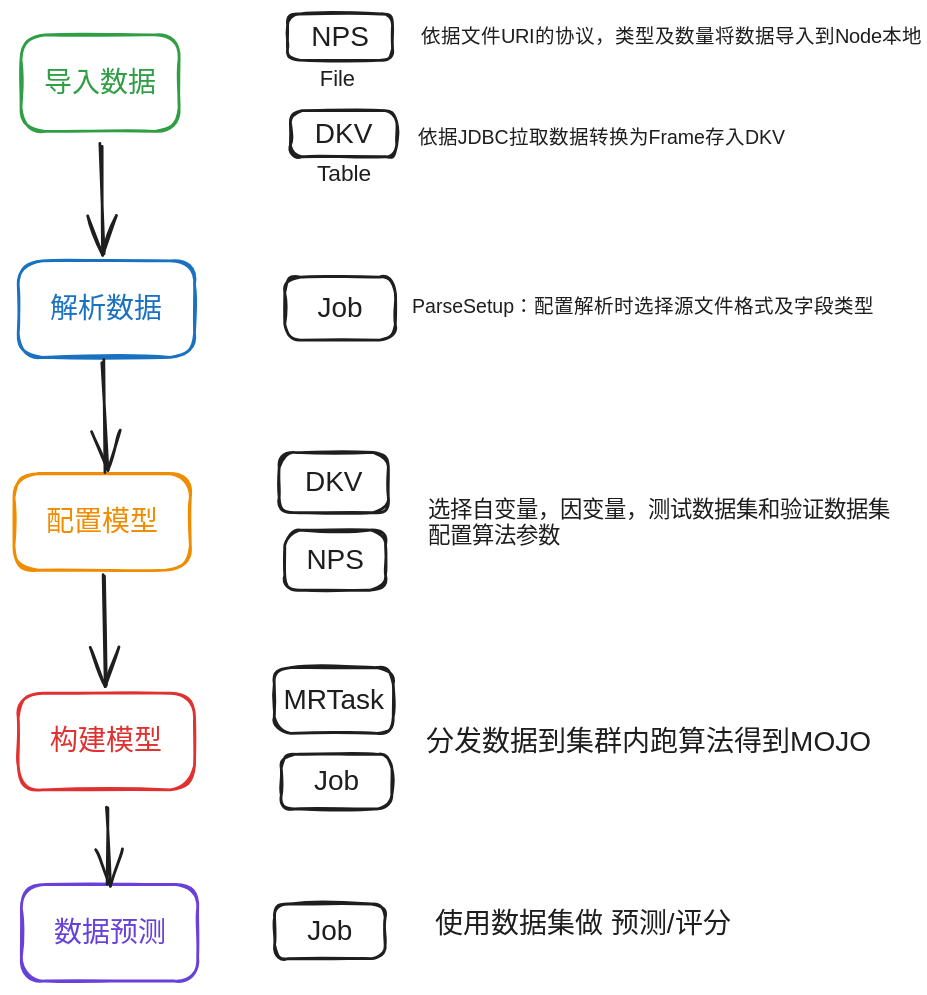
Above: ML/img/h2o-glm.excalidraw.svg in Kuangcp/Note (Excalidraw), before the change. Source tidied: one line per element, renumbered; positions are measured from the earlier drawing's top-left corner, leaving out a move shared by most shapes. The source it was exported from:
```json
{"id": 0, "type": "rectangle", "strokeColor": "#2f9e44", "strokeWidth": 2, "roughness": 1, "round": true, "x": 5, "y": 15, "width": 113, "height": 69}
{"id": 1, "type": "text", "text": "导入数据", "strokeColor": "#2f9e44", "strokeWidth": 2, "roughness": 1, "fontSize": 20, "fontFamily": 2, "textAlign": "center", "verticalAlign": "middle", "inside": 0, "x": 22, "y": 38, "width": 80, "height": 23}
{"id": 2, "type": "rectangle", "strokeColor": "#1971c2", "strokeWidth": 2, "roughness": 1, "round": true, "x": 3, "y": 176, "width": 126, "height": 69}
{"id": 3, "type": "text", "text": "解析数据", "strokeColor": "#1971c2", "strokeWidth": 2, "roughness": 1, "fontSize": 20, "fontFamily": 2, "textAlign": "center", "verticalAlign": "middle", "inside": 2, "x": 26, "y": 199, "width": 80, "height": 23}
{"id": 4, "type": "rectangle", "strokeColor": "#f08c00", "strokeWidth": 2, "roughness": 1, "round": true, "x": 0, "y": 328, "width": 126, "height": 69}
{"id": 5, "type": "text", "text": "配置模型", "strokeColor": "#f08c00", "strokeWidth": 2, "roughness": 1, "fontSize": 20, "fontFamily": 2, "textAlign": "center", "verticalAlign": "middle", "inside": 4, "x": 23, "y": 351, "width": 80, "height": 23}
{"id": 6, "type": "rectangle", "strokeColor": "#e03131", "strokeWidth": 2, "roughness": 1, "round": true, "x": 3, "y": 485, "width": 126, "height": 69}
{"id": 7, "type": "text", "text": "构建模型", "strokeColor": "#e03131", "strokeWidth": 2, "roughness": 1, "fontSize": 20, "fontFamily": 2, "textAlign": "center", "verticalAlign": "middle", "inside": 6, "x": 26, "y": 508, "width": 80, "height": 23}
{"id": 8, "type": "rectangle", "strokeColor": "#1e1e1e", "strokeWidth": 2, "roughness": 1, "round": true, "x": 194, "y": 188, "width": 79, "height": 45}
{"id": 9, "type": "text", "text": "Job", "strokeColor": "#1e1e1e", "strokeWidth": 2, "roughness": 1, "fontSize": 20, "fontFamily": 2, "textAlign": "center", "verticalAlign": "middle", "inside": 8, "x": 217, "y": 199, "width": 32, "height": 23}
{"id": 10, "type": "rectangle", "strokeColor": "#1e1e1e", "strokeWidth": 2, "roughness": 1, "round": true, "x": 190, "y": 313, "width": 78, "height": 43}
{"id": 11, "type": "text", "text": "DKV", "strokeColor": "#1e1e1e", "strokeWidth": 2, "roughness": 1, "fontSize": 20, "fontFamily": 2, "textAlign": "center", "verticalAlign": "middle", "inside": 10, "x": 208, "y": 323, "width": 41, "height": 23}
{"id": 12, "type": "rectangle", "strokeColor": "#1e1e1e", "strokeWidth": 2, "roughness": 1, "round": true, "x": 194, "y": 369, "width": 72, "height": 43}
{"id": 13, "type": "text", "text": "NPS", "strokeColor": "#1e1e1e", "strokeWidth": 2, "roughness": 1, "fontSize": 20, "fontFamily": 2, "textAlign": "center", "verticalAlign": "middle", "inside": 12, "x": 209, "y": 379, "width": 41, "height": 23}
{"id": 14, "type": "rectangle", "strokeColor": "#1e1e1e", "strokeWidth": 2, "roughness": 1, "round": true, "x": 196, "y": 0, "width": 75, "height": 33}
{"id": 15, "type": "text", "text": "NPS", "strokeColor": "#1e1e1e", "strokeWidth": 2, "roughness": 1, "fontSize": 20, "fontFamily": 2, "textAlign": "center", "verticalAlign": "middle", "inside": 14, "x": 212, "y": 5, "width": 41, "height": 23}
{"id": 16, "type": "text", "text": "依据文件URI的协议，类型及数量将数据导入到Node本地", "strokeColor": "#1e1e1e", "strokeWidth": 2, "roughness": 1, "fontSize": 13.94, "fontFamily": 1, "x": 290, "y": 8, "width": 352, "height": 17}
{"id": 17, "type": "text", "text": "ParseSetup：配置解析时选择源文件格式及字段类型", "strokeColor": "#1e1e1e", "strokeWidth": 2, "roughness": 1, "fontSize": 13.94, "fontFamily": 2, "x": 284, "y": 201, "width": 324, "height": 16}
{"id": 18, "type": "rectangle", "strokeColor": "#1e1e1e", "strokeWidth": 2, "roughness": 1, "round": true, "x": 198, "y": 69, "width": 76, "height": 33}
{"id": 19, "type": "text", "text": "DKV", "strokeColor": "#1e1e1e", "strokeWidth": 2, "roughness": 1, "fontSize": 20, "fontFamily": 2, "textAlign": "center", "verticalAlign": "middle", "inside": 18, "x": 215, "y": 74, "width": 41, "height": 23}
{"id": 20, "type": "text", "text": "依据JDBC拉取数据转换为Frame存入DKV", "strokeColor": "#1e1e1e", "strokeWidth": 2, "roughness": 1, "fontSize": 13.94, "fontFamily": 2, "x": 288, "y": 80, "width": 259, "height": 16}
{"id": 21, "type": "text", "text": "File", "strokeColor": "#1e1e1e", "strokeWidth": 2, "roughness": 1, "fontSize": 15.65, "fontFamily": 2, "x": 218, "y": 38, "width": 25, "height": 18}
{"id": 22, "type": "text", "text": "Table", "strokeColor": "#1e1e1e", "strokeWidth": 2, "roughness": 1, "fontSize": 16.24, "fontFamily": 2, "x": 216, "y": 104, "width": 39, "height": 19}
{"id": 23, "type": "text", "text": "分发数据到集群内跑算法得到MOJO", "strokeColor": "#1e1e1e", "strokeWidth": 2, "roughness": 1, "fontSize": 20, "fontFamily": 2, "x": 294, "y": 508, "width": 318, "height": 23}
{"id": 24, "type": "rectangle", "strokeColor": "#1e1e1e", "strokeWidth": 2, "roughness": 1, "round": true, "x": 191, "y": 529, "width": 79, "height": 39}
{"id": 25, "type": "text", "text": "Job", "strokeColor": "#1e1e1e", "strokeWidth": 2, "roughness": 1, "fontSize": 20, "fontFamily": 2, "textAlign": "center", "verticalAlign": "middle", "inside": 24, "x": 214, "y": 537, "width": 32, "height": 23}
{"id": 26, "type": "rectangle", "strokeColor": "#1e1e1e", "strokeWidth": 2, "roughness": 1, "round": true, "x": 186, "y": 467, "width": 85, "height": 47}
{"id": 27, "type": "text", "text": "MRTask", "strokeColor": "#1e1e1e", "strokeWidth": 2, "roughness": 1, "fontSize": 20, "fontFamily": 2, "textAlign": "center", "verticalAlign": "middle", "inside": 26, "x": 193, "y": 479, "width": 72, "height": 23}
{"id": 28, "type": "text", "text": "选择自变量，因变量，测试数据集和验证数据集\n配置算法参数", "strokeColor": "#1e1e1e", "strokeWidth": 2, "roughness": 1, "fontSize": 16, "fontFamily": 2, "x": 296, "y": 345, "width": 336, "height": 37}
{"id": 29, "type": "arrow", "strokeColor": "#1e1e1e", "strokeWidth": 2, "roughness": 1, "endArrowhead": "arrow", "round": true, "from": 0, "to": 2, "x": 62, "y": 94, "width": 2, "height": 79, "points": [[0, 0], [2, 79]]}
{"id": 30, "type": "arrow", "strokeColor": "#1e1e1e", "strokeWidth": 2, "roughness": 1, "endArrowhead": "arrow", "round": true, "from": 2, "to": 4, "x": 64, "y": 248, "width": 2, "height": 79, "points": [[0, 0], [2, 79]]}
{"id": 31, "type": "arrow", "strokeColor": "#1e1e1e", "strokeWidth": 2, "roughness": 1, "endArrowhead": "arrow", "round": true, "from": 4, "to": 6, "x": 64, "y": 402, "width": 2, "height": 79, "points": [[0, 0], [2, 79]]}
{"id": 32, "type": "rectangle", "strokeColor": "#6741d9", "strokeWidth": 2, "roughness": 1, "round": true, "x": 5, "y": 622, "width": 126, "height": 69}
{"id": 33, "type": "text", "text": "数据预测", "strokeColor": "#6741d9", "strokeWidth": 2, "roughness": 1, "fontSize": 20, "fontFamily": 2, "textAlign": "center", "verticalAlign": "middle", "inside": 32, "x": 28, "y": 645, "width": 80, "height": 23}
{"id": 34, "type": "arrow", "strokeColor": "#1e1e1e", "strokeWidth": 2, "roughness": 1, "endArrowhead": "arrow", "round": true, "from": 6, "x": 66, "y": 566, "width": 1, "height": 56, "points": [[0, 0], [1, 56]]}
{"id": 35, "type": "rectangle", "strokeColor": "#1e1e1e", "strokeWidth": 2, "roughness": 1, "round": true, "x": 186, "y": 636, "width": 79, "height": 39}
{"id": 36, "type": "text", "text": "Job", "strokeColor": "#1e1e1e", "strokeWidth": 2, "roughness": 1, "fontSize": 20, "fontFamily": 2, "textAlign": "center", "verticalAlign": "middle", "inside": 35, "x": 210, "y": 644, "width": 32, "height": 23}
{"id": 37, "type": "text", "text": "使用数据集做 预测/评分", "strokeColor": "#1e1e1e", "strokeWidth": 2, "roughness": 1, "fontSize": 20, "fontFamily": 2, "x": 301, "y": 639, "width": 211, "height": 23}
```
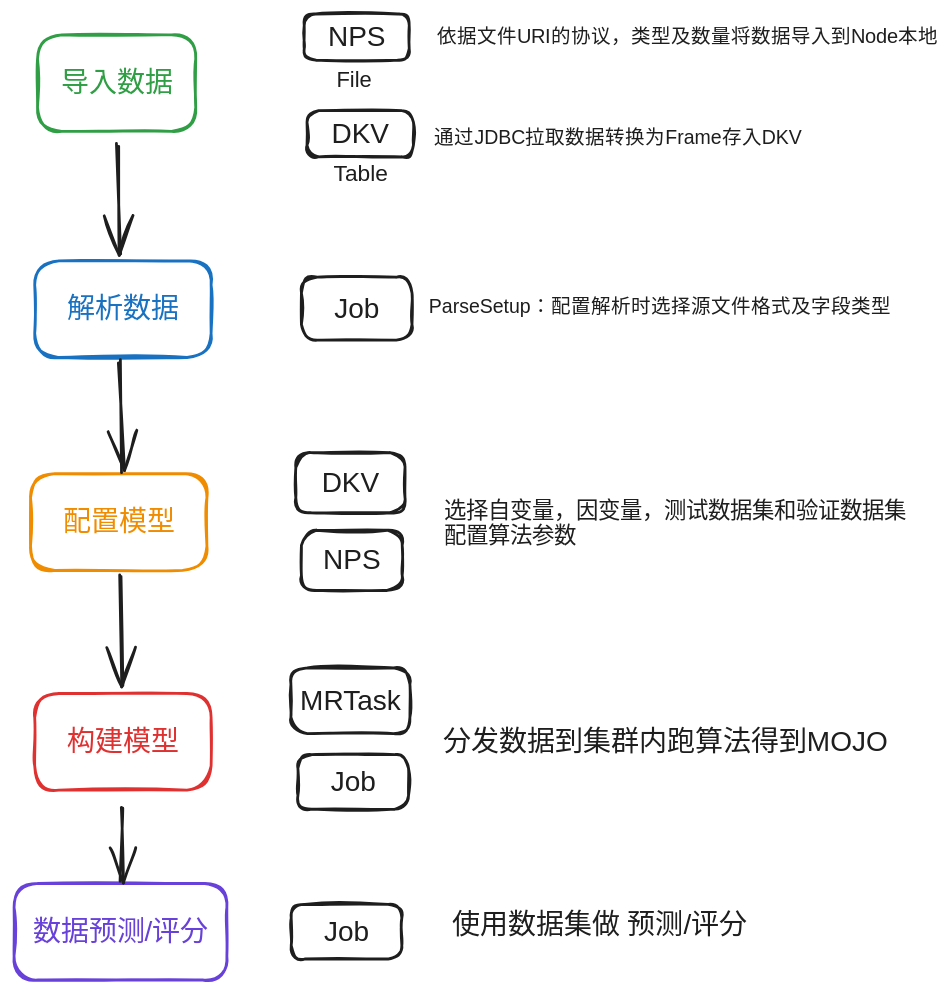
Later version of the same file.

What changed in the source:
```diff
@@ -18,7 +18,7 @@
 {"id": 17, "type": "text", "text": "ParseSetup：配置解析时选择源文件格式及字段类型", "strokeColor": "#1e1e1e", "strokeWidth": 2, "roughness": 1, "fontSize": 13.94, "fontFamily": 2, "x": 284, "y": 201, "width": 324, "height": 16}
 {"id": 18, "type": "rectangle", "strokeColor": "#1e1e1e", "strokeWidth": 2, "roughness": 1, "round": true, "x": 198, "y": 69, "width": 76, "height": 33}
 {"id": 19, "type": "text", "text": "DKV", "strokeColor": "#1e1e1e", "strokeWidth": 2, "roughness": 1, "fontSize": 20, "fontFamily": 2, "textAlign": "center", "verticalAlign": "middle", "inside": 18, "x": 215, "y": 74, "width": 41, "height": 23}
-{"id": 20, "type": "text", "text": "依据JDBC拉取数据转换为Frame存入DKV", "strokeColor": "#1e1e1e", "strokeWidth": 2, "roughness": 1, "fontSize": 13.94, "fontFamily": 2, "x": 288, "y": 80, "width": 259, "height": 16}
+{"id": 20, "type": "text", "text": "通过JDBC拉取数据转换为Frame存入DKV", "strokeColor": "#1e1e1e", "strokeWidth": 2, "roughness": 1, "fontSize": 13.94, "fontFamily": 2, "x": 288, "y": 80, "width": 259, "height": 16}
 {"id": 21, "type": "text", "text": "File", "strokeColor": "#1e1e1e", "strokeWidth": 2, "roughness": 1, "fontSize": 15.65, "fontFamily": 2, "x": 218, "y": 38, "width": 25, "height": 18}
 {"id": 22, "type": "text", "text": "Table", "strokeColor": "#1e1e1e", "strokeWidth": 2, "roughness": 1, "fontSize": 16.24, "fontFamily": 2, "x": 216, "y": 104, "width": 39, "height": 19}
 {"id": 23, "type": "text", "text": "分发数据到集群内跑算法得到MOJO", "strokeColor": "#1e1e1e", "strokeWidth": 2, "roughness": 1, "fontSize": 20, "fontFamily": 2, "x": 294, "y": 508, "width": 318, "height": 23}
@@ -30,9 +30,9 @@
 {"id": 29, "type": "arrow", "strokeColor": "#1e1e1e", "strokeWidth": 2, "roughness": 1, "endArrowhead": "arrow", "round": true, "from": 0, "to": 2, "x": 62, "y": 94, "width": 2, "height": 79, "points": [[0, 0], [2, 79]]}
 {"id": 30, "type": "arrow", "strokeColor": "#1e1e1e", "strokeWidth": 2, "roughness": 1, "endArrowhead": "arrow", "round": true, "from": 2, "to": 4, "x": 64, "y": 248, "width": 2, "height": 79, "points": [[0, 0], [2, 79]]}
 {"id": 31, "type": "arrow", "strokeColor": "#1e1e1e", "strokeWidth": 2, "roughness": 1, "endArrowhead": "arrow", "round": true, "from": 4, "to": 6, "x": 64, "y": 402, "width": 2, "height": 79, "points": [[0, 0], [2, 79]]}
-{"id": 32, "type": "rectangle", "strokeColor": "#6741d9", "strokeWidth": 2, "roughness": 1, "round": true, "x": 5, "y": 622, "width": 126, "height": 69}
+{"id": 32, "type": "rectangle", "strokeColor": "#6741d9", "strokeWidth": 2, "roughness": 1, "round": true, "x": -12, "y": 621, "width": 152, "height": 69}
-{"id": 33, "type": "text", "text": "数据预测", "strokeColor": "#6741d9", "strokeWidth": 2, "roughness": 1, "fontSize": 20, "fontFamily": 2, "textAlign": "center", "verticalAlign": "middle", "inside": 32, "x": 28, "y": 645, "width": 80, "height": 23}
+{"id": 33, "type": "text", "text": "数据预测/评分", "strokeColor": "#6741d9", "strokeWidth": 2, "roughness": 1, "fontSize": 20, "fontFamily": 2, "textAlign": "center", "verticalAlign": "middle", "inside": 32, "x": 1, "y": 644, "width": 126, "height": 23}
-{"id": 34, "type": "arrow", "strokeColor": "#1e1e1e", "strokeWidth": 2, "roughness": 1, "endArrowhead": "arrow", "round": true, "from": 6, "x": 66, "y": 566, "width": 1, "height": 56, "points": [[0, 0], [1, 56]]}
+{"id": 34, "type": "arrow", "strokeColor": "#1e1e1e", "strokeWidth": 2, "roughness": 1, "endArrowhead": "arrow", "round": true, "from": 6, "to": 32, "x": 65, "y": 566, "width": 0, "height": 54, "points": [[0, 0], [0, 54]]}
 {"id": 35, "type": "rectangle", "strokeColor": "#1e1e1e", "strokeWidth": 2, "roughness": 1, "round": true, "x": 186, "y": 636, "width": 79, "height": 39}
 {"id": 36, "type": "text", "text": "Job", "strokeColor": "#1e1e1e", "strokeWidth": 2, "roughness": 1, "fontSize": 20, "fontFamily": 2, "textAlign": "center", "verticalAlign": "middle", "inside": 35, "x": 210, "y": 644, "width": 32, "height": 23}
 {"id": 37, "type": "text", "text": "使用数据集做 预测/评分", "strokeColor": "#1e1e1e", "strokeWidth": 2, "roughness": 1, "fontSize": 20, "fontFamily": 2, "x": 301, "y": 639, "width": 211, "height": 23}
```
